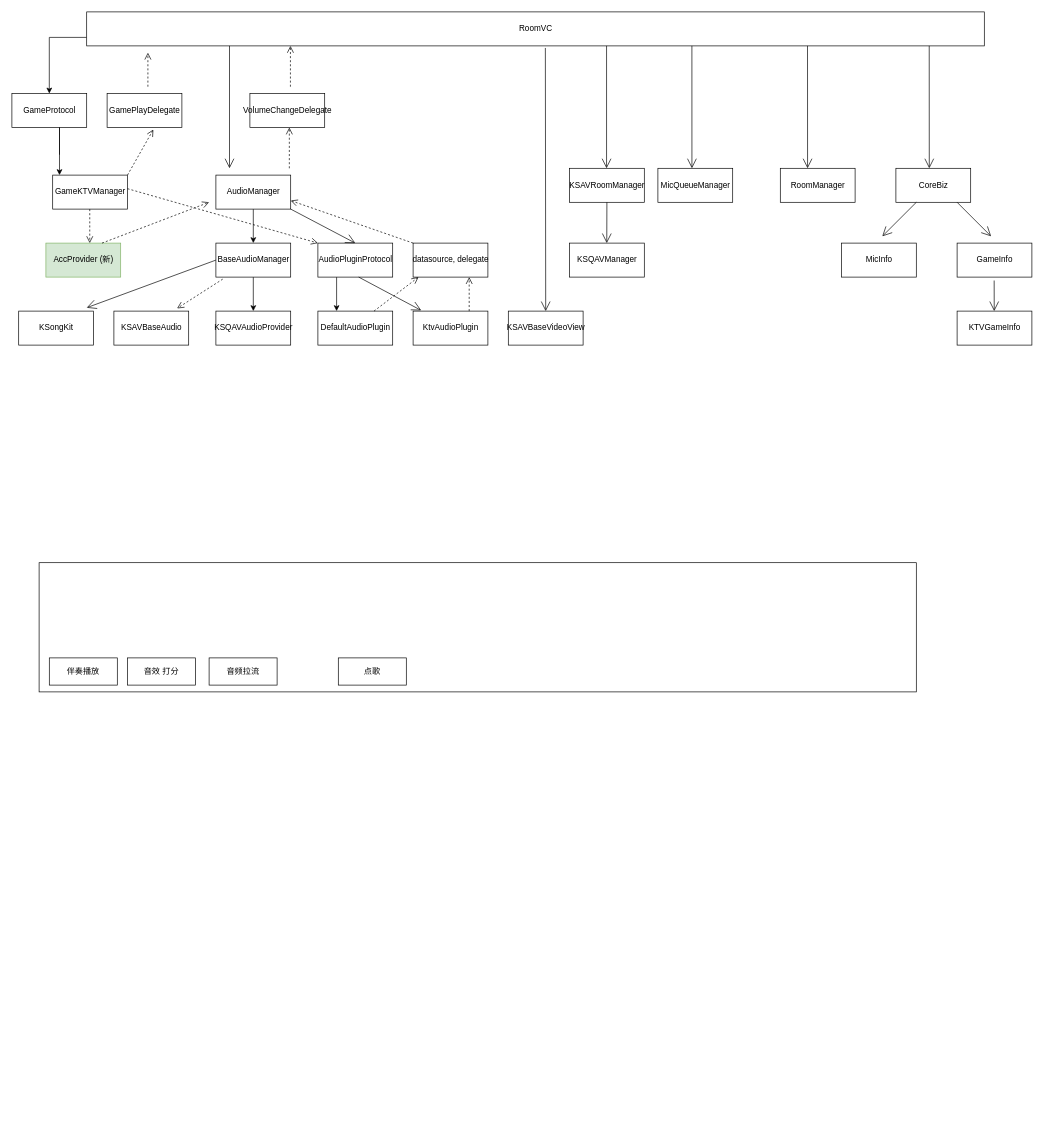
Earlier version of the draw.io diagram KTVRoomFramework.drawio (lixianmao/App). Source tidied: cells renumbered, new cells numbered last; positions are measured from the earlier drawing's top-left corner, leaving out a move shared by most shapes. Both pictures are drawn from the tidied source at 68%, with x=0, y=0 at pixel (12, 12).
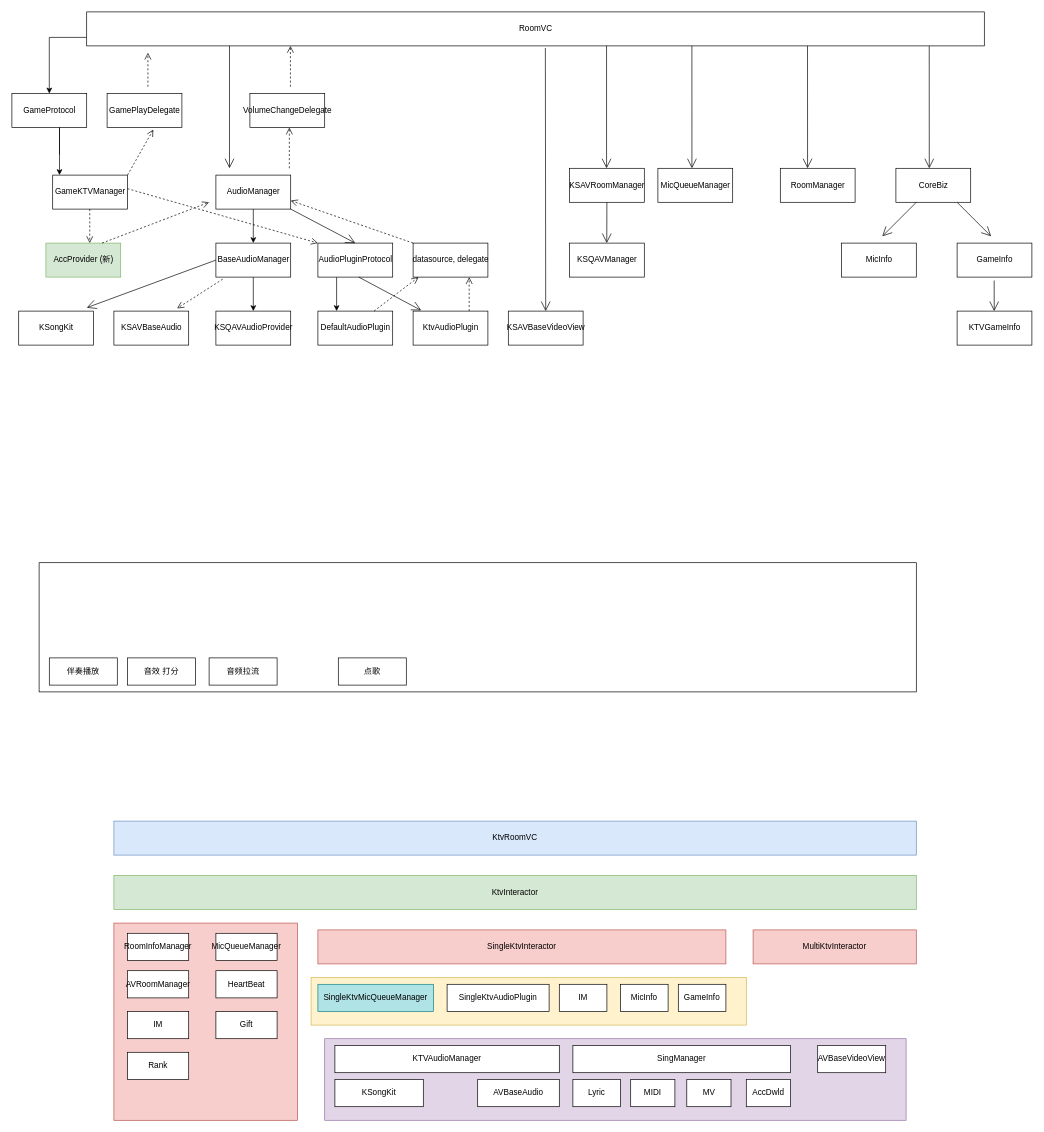
The same diagram, later.

Change to the diagram source:
```diff
@@
+    <mxCell id="60" style="rounded=0;whiteSpace=wrap;html=1;fillColor=#fff2cc;strokeColor=#d6b656;" parent="1" vertex="1">
+      <mxGeometry x="440" y="1420" width="640" height="70" as="geometry" />
+    </mxCell>
+    <mxCell id="61" style="rounded=0;whiteSpace=wrap;html=1;fillColor=#e1d5e7;strokeColor=#9673a6;" parent="1" vertex="1">
+      <mxGeometry x="460" y="1510" width="855" height="120" as="geometry" />
+    </mxCell>
@@
+    <mxCell id="62" value="SingleKtvInteractor" style="rounded=0;whiteSpace=wrap;html=1;fillColor=#f8cecc;strokeColor=#b85450;" parent="1" vertex="1">
+      <mxGeometry x="450" y="1350" width="600" height="50" as="geometry" />
+    </mxCell>
+    <mxCell id="63" value="MultiKtvInteractor" style="rounded=0;whiteSpace=wrap;html=1;fillColor=#f8cecc;strokeColor=#b85450;" parent="1" vertex="1">
+      <mxGeometry x="1090" y="1350" width="240" height="50" as="geometry" />
+    </mxCell>
+    <mxCell id="64" value="KtvInteractor" style="rounded=0;whiteSpace=wrap;html=1;fillColor=#d5e8d4;strokeColor=#82b366;" parent="1" vertex="1">
+      <mxGeometry x="150" y="1270" width="1180" height="50" as="geometry" />
+    </mxCell>
+    <mxCell id="65" style="rounded=0;whiteSpace=wrap;html=1;fillColor=#f8cecc;strokeColor=#b85450;" parent="1" vertex="1">
+      <mxGeometry x="150" y="1340" width="270" height="290" as="geometry" />
+    </mxCell>
+    <mxCell id="66" value="RoomInfoManager" style="rounded=0;whiteSpace=wrap;html=1;" parent="1" vertex="1">
+      <mxGeometry x="170" y="1355" width="90" height="40" as="geometry" />
+    </mxCell>
+    <mxCell id="67" value="MicQueueManager" style="rounded=0;whiteSpace=wrap;html=1;" parent="1" vertex="1">
+      <mxGeometry x="300" y="1355" width="90" height="40" as="geometry" />
+    </mxCell>
+    <mxCell id="68" value="IM" style="rounded=0;whiteSpace=wrap;html=1;" parent="1" vertex="1">
+      <mxGeometry x="170" y="1470" width="90" height="40" as="geometry" />
+    </mxCell>
+    <mxCell id="69" value="HeartBeat" style="rounded=0;whiteSpace=wrap;html=1;" parent="1" vertex="1">
+      <mxGeometry x="300" y="1410" width="90" height="40" as="geometry" />
+    </mxCell>
+    <mxCell id="70" value="Rank" style="rounded=0;whiteSpace=wrap;html=1;" parent="1" vertex="1">
+      <mxGeometry x="170" y="1530" width="90" height="40" as="geometry" />
+    </mxCell>
+    <mxCell id="71" value="Gift" style="rounded=0;whiteSpace=wrap;html=1;" parent="1" vertex="1">
+      <mxGeometry x="300" y="1470" width="90" height="40" as="geometry" />
+    </mxCell>
+    <mxCell id="72" value="SingleKtvMicQueueManager" style="rounded=0;whiteSpace=wrap;html=1;fillColor=#b0e3e6;strokeColor=#0e8088;" parent="1" vertex="1">
+      <mxGeometry x="450" y="1430" width="170" height="40" as="geometry" />
+    </mxCell>
+    <mxCell id="73" value="SingManager" style="rounded=0;whiteSpace=wrap;html=1;" parent="1" vertex="1">
+      <mxGeometry x="825" y="1520" width="320" height="40" as="geometry" />
+    </mxCell>
+    <mxCell id="74" value="KTVAudioManager" style="rounded=0;whiteSpace=wrap;html=1;" parent="1" vertex="1">
+      <mxGeometry x="475" y="1520" width="330" height="40" as="geometry" />
+    </mxCell>
+    <mxCell id="75" value="SingleKtvAudioPlugin" style="rounded=0;whiteSpace=wrap;html=1;" parent="1" vertex="1">
+      <mxGeometry x="640" y="1430" width="150" height="40" as="geometry" />
+    </mxCell>
+    <mxCell id="76" value="KSongKit" style="rounded=0;whiteSpace=wrap;html=1;" parent="1" vertex="1">
+      <mxGeometry x="475" y="1570" width="130" height="40" as="geometry" />
+    </mxCell>
+    <mxCell id="77" value="AVBaseAudio" style="rounded=0;whiteSpace=wrap;html=1;" parent="1" vertex="1">
+      <mxGeometry x="685" y="1570" width="120" height="40" as="geometry" />
+    </mxCell>
+    <mxCell id="78" value="AVRoomManager" style="rounded=0;whiteSpace=wrap;html=1;" parent="1" vertex="1">
+      <mxGeometry x="170" y="1410" width="90" height="40" as="geometry" />
+    </mxCell>
+    <mxCell id="79" value="Lyric" style="rounded=0;whiteSpace=wrap;html=1;" parent="1" vertex="1">
+      <mxGeometry x="825" y="1570" width="70" height="40" as="geometry" />
+    </mxCell>
+    <mxCell id="80" value="MIDI" style="rounded=0;whiteSpace=wrap;html=1;" parent="1" vertex="1">
+      <mxGeometry x="910" y="1570" width="65" height="40" as="geometry" />
+    </mxCell>
+    <mxCell id="81" value="MV" style="rounded=0;whiteSpace=wrap;html=1;" parent="1" vertex="1">
+      <mxGeometry x="992.5" y="1570" width="65" height="40" as="geometry" />
+    </mxCell>
+    <mxCell id="82" value="AccDwld" style="rounded=0;whiteSpace=wrap;html=1;" parent="1" vertex="1">
+      <mxGeometry x="1080" y="1570" width="65" height="40" as="geometry" />
+    </mxCell>
+    <mxCell id="83" value="AVBaseVideoView" style="rounded=0;whiteSpace=wrap;html=1;" parent="1" vertex="1">
+      <mxGeometry x="1185" y="1520" width="100" height="40" as="geometry" />
+    </mxCell>
+    <mxCell id="84" value="IM" style="rounded=0;whiteSpace=wrap;html=1;" parent="1" vertex="1">
+      <mxGeometry x="805" y="1430" width="70" height="40" as="geometry" />
+    </mxCell>
+    <mxCell id="85" value="MicInfo" style="rounded=0;whiteSpace=wrap;html=1;" parent="1" vertex="1">
+      <mxGeometry x="895" y="1430" width="70" height="40" as="geometry" />
+    </mxCell>
+    <mxCell id="86" value="GameInfo" style="rounded=0;whiteSpace=wrap;html=1;" parent="1" vertex="1">
+      <mxGeometry x="980" y="1430" width="70" height="40" as="geometry" />
+    </mxCell>
+    <mxCell id="87" value="KtvRoomVC" style="rounded=0;whiteSpace=wrap;html=1;fillColor=#dae8fc;strokeColor=#6c8ebf;" parent="1" vertex="1">
+      <mxGeometry x="150" y="1190" width="1180" height="50" as="geometry" />
+    </mxCell>
```
